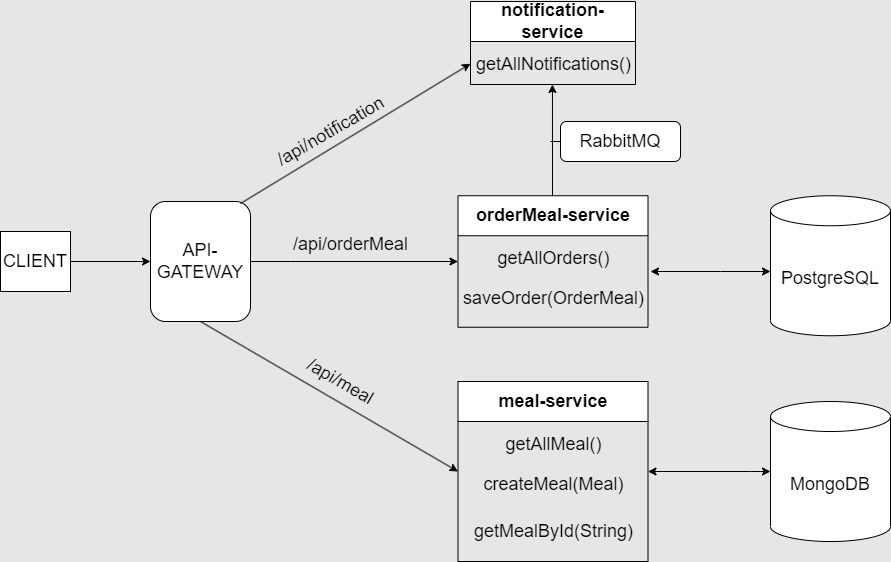
Earlier version of the draw.io export architecture diagram.drawio.png (DanilaZavjalovs/Cafe_microservices). Source tidied: cells renumbered, new cells last; positions are measured from the earlier drawing's top-left corner, leaving out a move shared by most shapes.
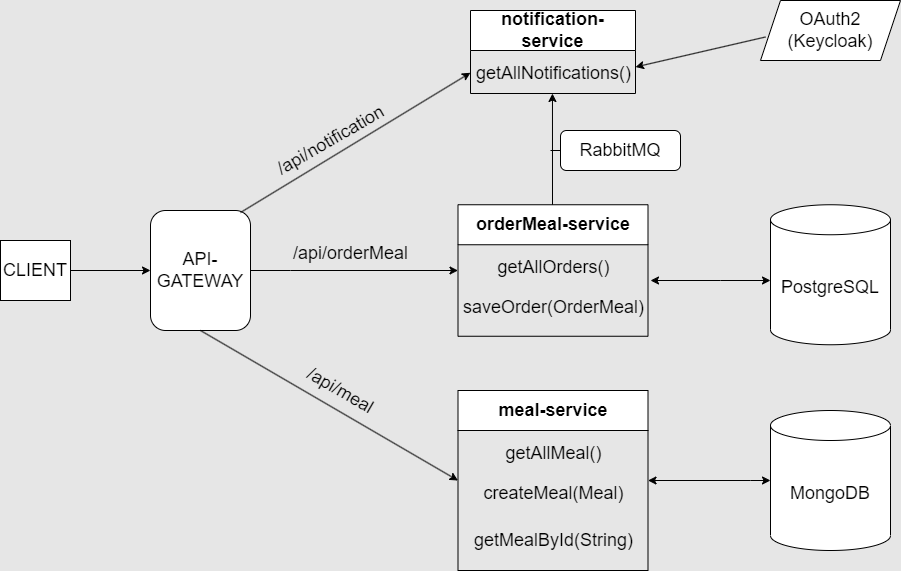
After the change.

Diff of the diagram source:
```diff
@@ -95,5 +95,14 @@
         <mxPoint x="550" y="140" as="sourcePoint" />
       </mxGeometry>
     </mxCell>
+    <mxCell id="27" style="endArrow=classic;html=1;rounded=0;" parent="1" edge="1">
+      <mxGeometry relative="1" as="geometry">
+        <mxPoint x="765" y="26.5" as="sourcePoint" />
+        <mxPoint x="635" y="56.5" as="targetPoint" />
+      </mxGeometry>
+    </mxCell>
+    <mxCell id="28" value="&lt;font style=&quot;font-size: 18px;&quot;&gt;OAuth2&lt;br&gt;(Keycloak)&lt;/font&gt;" style="shape=parallelogram;perimeter=parallelogramPerimeter;whiteSpace=wrap;html=1;fixedSize=1;" parent="1" vertex="1">
+      <mxGeometry x="760" y="-10" width="140" height="60" as="geometry" />
+    </mxCell>
   </root>
 </mxGraphModel>
```
